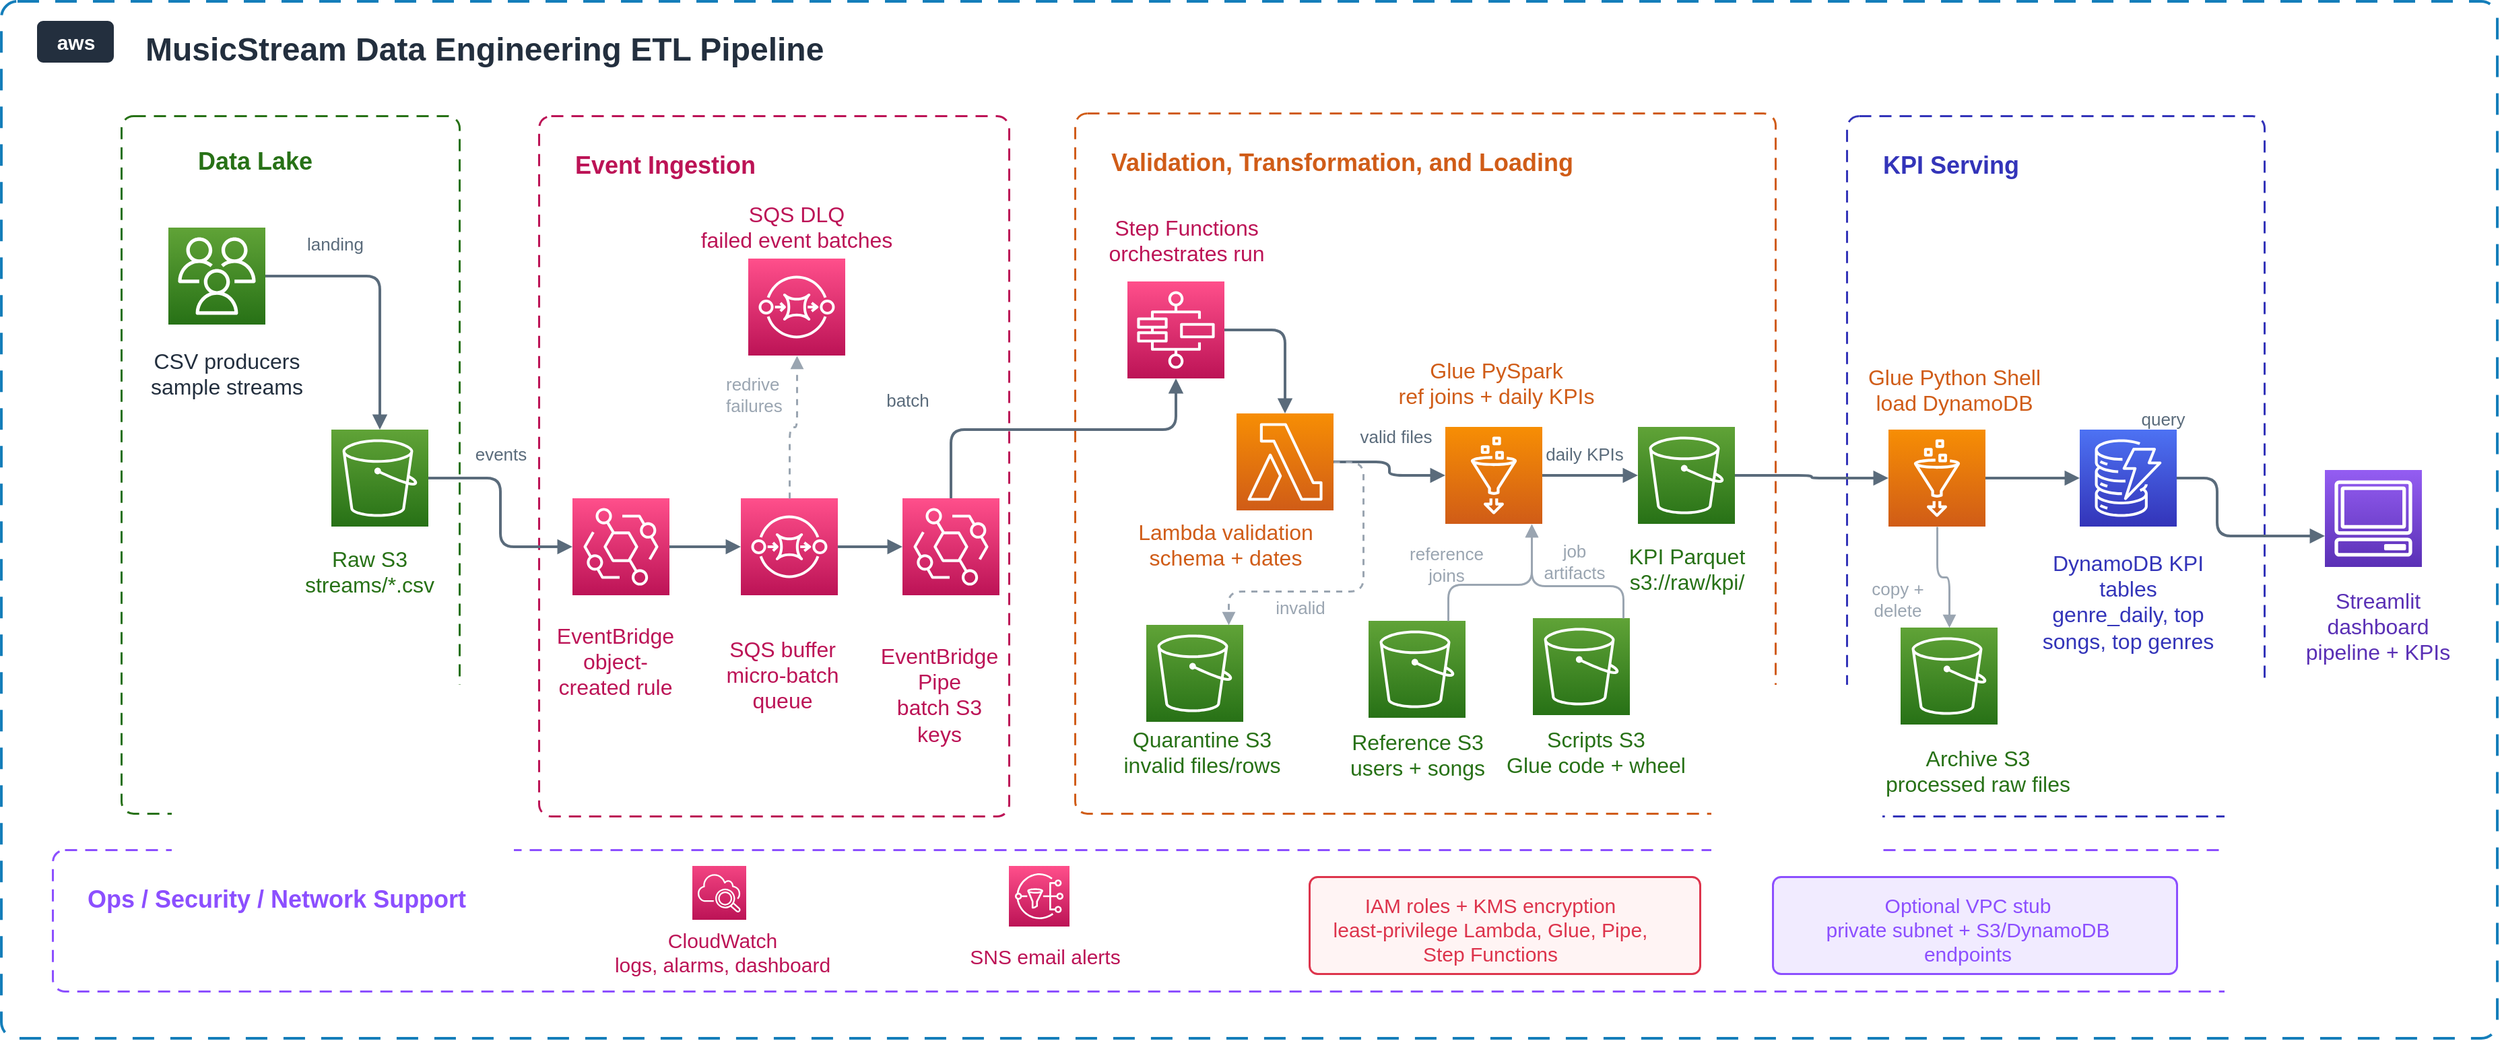
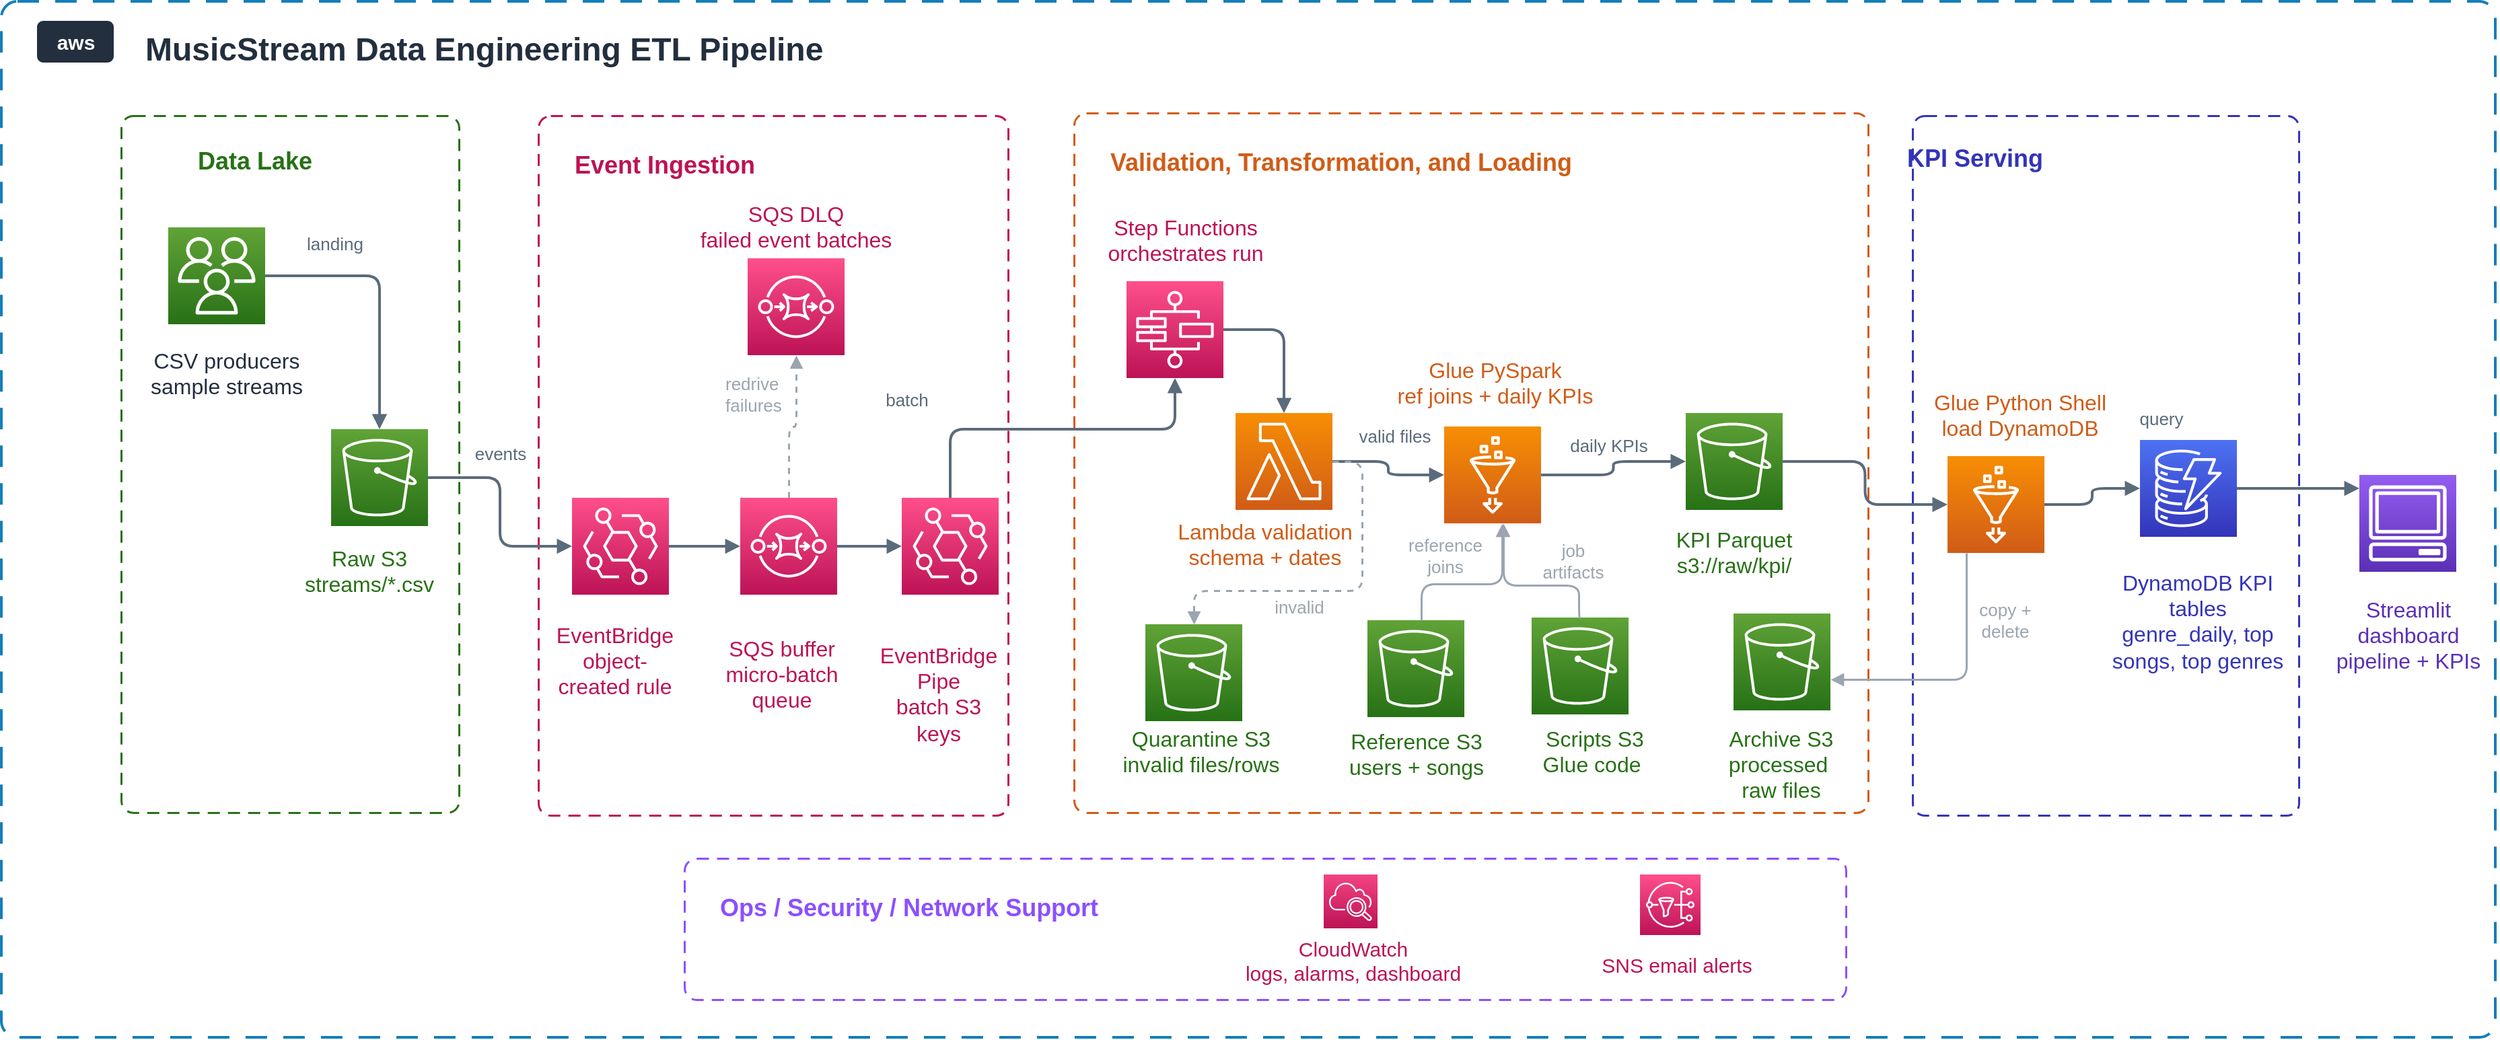
<mxfile host="65bd71144e">
    <diagram id="musicstream-arch" name="MusicStream Architecture">
-         <mxGraphModel dx="1290" dy="1110" grid="0" gridSize="10" guides="1" tooltips="1" connect="1" arrows="1" fold="1" page="1" pageScale="1" pageWidth="1800" pageHeight="860" math="0" shadow="0">
+         <mxGraphModel dx="1711" dy="610" grid="0" gridSize="10" guides="1" tooltips="1" connect="1" arrows="1" fold="1" page="1" pageScale="1" pageWidth="1800" pageHeight="860" math="0" shadow="0">
            <root>
                <mxCell id="0"/>
                <mxCell id="1" parent="0"/>
                <mxCell id="aws-account" value="" style="rounded=1;whiteSpace=wrap;html=1;absoluteArcSize=1;arcSize=24;fillColor=none;strokeColor=#147EBA;strokeWidth=2;dashed=1;dashPattern=8 6;" parent="1" vertex="1">
                    <mxGeometry x="40" y="40" width="1853" height="770" as="geometry"/>
                </mxCell>
                <mxCell id="aws-badge" value="" style="rounded=1;whiteSpace=wrap;html=1;absoluteArcSize=1;arcSize=8;fillColor=#232F3E;strokeColor=#232F3E;" parent="1" vertex="1">
                    <mxGeometry x="67" y="55" width="56" height="30" as="geometry"/>
                </mxCell>
                <mxCell id="zone-lake" value="" style="rounded=1;whiteSpace=wrap;html=1;absoluteArcSize=1;arcSize=18;fillColor=none;strokeColor=#277116;strokeWidth=1.5;dashed=1;dashPattern=6 4;" parent="1" vertex="1">
                    <mxGeometry x="129" y="125" width="251" height="518" as="geometry"/>
                </mxCell>
                <mxCell id="zone-events" value="" style="rounded=1;whiteSpace=wrap;html=1;absoluteArcSize=1;arcSize=18;fillColor=none;strokeColor=#BC1356;strokeWidth=1.5;dashed=1;dashPattern=6 4;" parent="1" vertex="1">
                    <mxGeometry x="439" y="125" width="349" height="520" as="geometry"/>
                </mxCell>
                <mxCell id="zone-etl" value="" style="rounded=1;whiteSpace=wrap;html=1;absoluteArcSize=1;arcSize=18;fillColor=none;strokeColor=#D05C17;strokeWidth=1.5;dashed=1;dashPattern=6 4;" parent="1" vertex="1">
-                     <mxGeometry x="837" y="123" width="520" height="520" as="geometry"/>
+                     <mxGeometry x="837" y="123" width="590" height="520" as="geometry"/>
                </mxCell>
                <mxCell id="zone-serving" value="" style="rounded=1;whiteSpace=wrap;html=1;absoluteArcSize=1;arcSize=18;fillColor=none;strokeColor=#3334B9;strokeWidth=1.5;dashed=1;dashPattern=6 4;" parent="1" vertex="1">
-                     <mxGeometry x="1410" y="125" width="310" height="520" as="geometry"/>
+                     <mxGeometry x="1460" y="125" width="287" height="520" as="geometry"/>
                </mxCell>
                <mxCell id="zone-ops" value="" style="rounded=1;whiteSpace=wrap;html=1;absoluteArcSize=1;arcSize=18;fillColor=none;strokeColor=#8C4FFF;strokeWidth=1.5;dashed=1;dashPattern=6 4;" parent="1" vertex="1">
-                     <mxGeometry x="78" y="670" width="1642" height="105" as="geometry"/>
+                     <mxGeometry x="547.5" y="677" width="863" height="105" as="geometry"/>
                </mxCell>
                <mxCell id="producer" value="" style="sketch=0;points=[[0,0,0],[0.25,0,0],[0.5,0,0],[0.75,0,0],[1,0,0],[0,1,0],[0.25,1,0],[0.5,1,0],[0.75,1,0],[1,1,0],[0,0.25,0],[0,0.5,0],[0,0.75,0],[1,0.25,0],[1,0.5,0],[1,0.75,0]];outlineConnect=0;fontColor=#232F3E;gradientColor=#60A337;gradientDirection=north;fillColor=#277116;strokeColor=#ffffff;dashed=0;verticalLabelPosition=bottom;verticalAlign=top;align=center;html=1;fontSize=16;aspect=fixed;shape=mxgraph.aws4.resourceIcon;resIcon=mxgraph.aws4.users;" parent="1" vertex="1">
                    <mxGeometry x="164" y="208" width="72" height="72" as="geometry"/>
                </mxCell>
                <mxCell id="s3-raw" value="" style="sketch=0;points=[[0,0,0],[0.25,0,0],[0.5,0,0],[0.75,0,0],[1,0,0],[0,1,0],[0.25,1,0],[0.5,1,0],[0.75,1,0],[1,1,0],[0,0.25,0],[0,0.5,0],[0,0.75,0],[1,0.25,0],[1,0.5,0],[1,0.75,0]];outlineConnect=0;fontColor=#232F3E;gradientColor=#60A337;gradientDirection=north;fillColor=#277116;strokeColor=#ffffff;dashed=0;verticalLabelPosition=bottom;verticalAlign=top;align=center;html=1;fontSize=16;aspect=fixed;shape=mxgraph.aws4.resourceIcon;resIcon=mxgraph.aws4.s3;" parent="1" vertex="1">
                    <mxGeometry x="285" y="358" width="72" height="72" as="geometry"/>
                </mxCell>
                <mxCell id="eventbridge-rule" value="" style="sketch=0;points=[[0,0,0],[0.25,0,0],[0.5,0,0],[0.75,0,0],[1,0,0],[0,1,0],[0.25,1,0],[0.5,1,0],[0.75,1,0],[1,1,0],[0,0.25,0],[0,0.5,0],[0,0.75,0],[1,0.25,0],[1,0.5,0],[1,0.75,0]];outlineConnect=0;fontColor=#232F3E;gradientColor=#FF4F8B;gradientDirection=north;fillColor=#BC1356;strokeColor=#ffffff;dashed=0;verticalLabelPosition=bottom;verticalAlign=top;align=center;html=1;fontSize=16;aspect=fixed;shape=mxgraph.aws4.resourceIcon;resIcon=mxgraph.aws4.eventbridge;" parent="1" vertex="1">
                    <mxGeometry x="464" y="409" width="72" height="72" as="geometry"/>
                </mxCell>
                <mxCell id="sqs-buffer" value="" style="sketch=0;points=[[0,0,0],[0.25,0,0],[0.5,0,0],[0.75,0,0],[1,0,0],[0,1,0],[0.25,1,0],[0.5,1,0],[0.75,1,0],[1,1,0],[0,0.25,0],[0,0.5,0],[0,0.75,0],[1,0.25,0],[1,0.5,0],[1,0.75,0]];outlineConnect=0;fontColor=#232F3E;gradientColor=#FF4F8B;gradientDirection=north;fillColor=#BC1356;strokeColor=#ffffff;dashed=0;verticalLabelPosition=bottom;verticalAlign=top;align=center;html=1;fontSize=16;aspect=fixed;shape=mxgraph.aws4.resourceIcon;resIcon=mxgraph.aws4.sqs;" parent="1" vertex="1">
                    <mxGeometry x="589" y="409" width="72" height="72" as="geometry"/>
                </mxCell>
                <mxCell id="eventbridge-pipe" value="" style="sketch=0;points=[[0,0,0],[0.25,0,0],[0.5,0,0],[0.75,0,0],[1,0,0],[0,1,0],[0.25,1,0],[0.5,1,0],[0.75,1,0],[1,1,0],[0,0.25,0],[0,0.5,0],[0,0.75,0],[1,0.25,0],[1,0.5,0],[1,0.75,0]];outlineConnect=0;fontColor=#232F3E;gradientColor=#FF4F8B;gradientDirection=north;fillColor=#BC1356;strokeColor=#ffffff;dashed=0;verticalLabelPosition=bottom;verticalAlign=top;align=center;html=1;fontSize=16;aspect=fixed;shape=mxgraph.aws4.resourceIcon;resIcon=mxgraph.aws4.eventbridge;" parent="1" vertex="1">
                    <mxGeometry x="709" y="409" width="72" height="72" as="geometry"/>
                </mxCell>
                <mxCell id="stepfunctions" value="" style="sketch=0;points=[[0,0,0],[0.25,0,0],[0.5,0,0],[0.75,0,0],[1,0,0],[0,1,0],[0.25,1,0],[0.5,1,0],[0.75,1,0],[1,1,0],[0,0.25,0],[0,0.5,0],[0,0.75,0],[1,0.25,0],[1,0.5,0],[1,0.75,0]];outlineConnect=0;fontColor=#232F3E;gradientColor=#FF4F8B;gradientDirection=north;fillColor=#BC1356;strokeColor=#ffffff;dashed=0;verticalLabelPosition=bottom;verticalAlign=top;align=center;html=1;fontSize=16;aspect=fixed;shape=mxgraph.aws4.resourceIcon;resIcon=mxgraph.aws4.step_functions;" parent="1" vertex="1">
                    <mxGeometry x="876" y="248" width="72" height="72" as="geometry"/>
                </mxCell>
                <mxCell id="lambda-validator" value="" style="sketch=0;points=[[0,0,0],[0.25,0,0],[0.5,0,0],[0.75,0,0],[1,0,0],[0,1,0],[0.25,1,0],[0.5,1,0],[0.75,1,0],[1,1,0],[0,0.25,0],[0,0.5,0],[0,0.75,0],[1,0.25,0],[1,0.5,0],[1,0.75,0]];outlineConnect=0;fontColor=#232F3E;gradientColor=#F78E04;gradientDirection=north;fillColor=#D05C17;strokeColor=#ffffff;dashed=0;verticalLabelPosition=bottom;verticalAlign=top;align=center;html=1;fontSize=16;aspect=fixed;shape=mxgraph.aws4.resourceIcon;resIcon=mxgraph.aws4.lambda;" parent="1" vertex="1">
                    <mxGeometry x="957" y="346" width="72" height="72" as="geometry"/>
                </mxCell>
                <mxCell id="glue-transform" value="" style="sketch=0;points=[[0,0,0],[0.25,0,0],[0.5,0,0],[0.75,0,0],[1,0,0],[0,1,0],[0.25,1,0],[0.5,1,0],[0.75,1,0],[1,1,0],[0,1,0],[0,0.25,0],[0,0.5,0],[0,0.75,0],[1,0.25,0],[1,0.5,0],[1,0.75,0]];outlineConnect=0;fontColor=#232F3E;gradientColor=#F78E04;gradientDirection=north;fillColor=#D05C17;strokeColor=#ffffff;dashed=0;verticalLabelPosition=bottom;verticalAlign=top;align=center;html=1;fontSize=16;aspect=fixed;shape=mxgraph.aws4.resourceIcon;resIcon=mxgraph.aws4.glue;" parent="1" vertex="1">
                    <mxGeometry x="1112" y="356" width="72" height="72" as="geometry"/>
                </mxCell>
                <mxCell id="s3-kpi" value="" style="sketch=0;points=[[0,0,0],[0.25,0,0],[0.5,0,0],[0.75,0,0],[1,0,0],[0,1,0],[0.25,1,0],[0.5,1,0],[0.75,1,0],[1,1,0],[0,0.25,0],[0,0.5,0],[0,0.75,0],[1,0.25,0],[1,0.5,0],[1,0.75,0]];outlineConnect=0;fontColor=#232F3E;gradientColor=#60A337;gradientDirection=north;fillColor=#277116;strokeColor=#ffffff;dashed=0;verticalLabelPosition=bottom;verticalAlign=top;align=center;html=1;fontSize=16;aspect=fixed;shape=mxgraph.aws4.resourceIcon;resIcon=mxgraph.aws4.s3;" parent="1" vertex="1">
-                     <mxGeometry x="1255" y="356" width="72" height="72" as="geometry"/>
+                     <mxGeometry x="1291.5" y="346" width="72" height="72" as="geometry"/>
                </mxCell>
                <mxCell id="glue-load" value="" style="sketch=0;points=[[0,0,0],[0.25,0,0],[0.5,0,0],[0.75,0,0],[1,0,0],[0,1,0],[0.25,1,0],[0.5,1,0],[0.75,1,0],[1,1,0],[0,1,0],[0,0.25,0],[0,0.5,0],[0,0.75,0],[1,0.25,0],[1,0.5,0],[1,0.75,0]];outlineConnect=0;fontColor=#232F3E;gradientColor=#F78E04;gradientDirection=north;fillColor=#D05C17;strokeColor=#ffffff;dashed=0;verticalLabelPosition=bottom;verticalAlign=top;align=center;html=1;fontSize=16;aspect=fixed;shape=mxgraph.aws4.resourceIcon;resIcon=mxgraph.aws4.glue;" parent="1" vertex="1">
-                     <mxGeometry x="1441" y="358" width="72" height="72" as="geometry"/>
+                     <mxGeometry x="1486" y="378" width="72" height="72" as="geometry"/>
                </mxCell>
                <mxCell id="dynamodb" value="" style="sketch=0;points=[[0,0,0],[0.25,0,0],[0.5,0,0],[0.75,0,0],[1,0,0],[0,1,0],[0.25,1,0],[0.5,1,0],[0.75,1,0],[1,1,0],[0,0.25,0],[0,0.5,0],[0,0.75,0],[1,0.25,0],[1,0.5,0],[1,0.75,0]];outlineConnect=0;fontColor=#232F3E;gradientColor=#4D72F3;gradientDirection=north;fillColor=#3334B9;strokeColor=#ffffff;dashed=0;verticalLabelPosition=bottom;verticalAlign=top;align=center;html=1;fontSize=16;aspect=fixed;shape=mxgraph.aws4.resourceIcon;resIcon=mxgraph.aws4.dynamodb;" parent="1" vertex="1">
-                     <mxGeometry x="1583" y="358" width="72" height="72" as="geometry"/>
+                     <mxGeometry x="1629" y="366" width="72" height="72" as="geometry"/>
                </mxCell>
                <mxCell id="dashboard" value="" style="sketch=0;points=[[0,0,0],[0.25,0,0],[0.5,0,0],[0.75,0,0],[1,0,0],[0,1,0],[0.25,1,0],[0.5,1,0],[0.75,1,0],[1,1,0],[0,0.25,0],[0,0.5,0],[0,0.75,0],[1,0.25,0],[1,0.5,0],[1,0.75,0]];outlineConnect=0;fontColor=#232F3E;gradientColor=#945DF2;gradientDirection=north;fillColor=#5A30B5;strokeColor=#ffffff;dashed=0;verticalLabelPosition=bottom;verticalAlign=top;align=center;html=1;fontSize=16;aspect=fixed;shape=mxgraph.aws4.resourceIcon;resIcon=mxgraph.aws4.client;" parent="1" vertex="1">
-                     <mxGeometry x="1765" y="388" width="72" height="72" as="geometry"/>
+                     <mxGeometry x="1792" y="392" width="72" height="72" as="geometry"/>
                </mxCell>
                <mxCell id="s3-reference" value="" style="sketch=0;points=[[0,0,0],[0.25,0,0],[0.5,0,0],[0.75,0,0],[1,0,0],[0,1,0],[0.25,1,0],[0.5,1,0],[0.75,1,0],[1,1,0],[0,0.25,0],[0,0.5,0],[0,0.75,0],[1,0.25,0],[1,0.5,0],[1,0.75,0]];outlineConnect=0;fontColor=#232F3E;gradientColor=#60A337;gradientDirection=north;fillColor=#277116;strokeColor=#ffffff;dashed=0;verticalLabelPosition=bottom;verticalAlign=top;align=center;html=1;fontSize=16;aspect=fixed;shape=mxgraph.aws4.resourceIcon;resIcon=mxgraph.aws4.s3;" parent="1" vertex="1">
                    <mxGeometry x="1055" y="500" width="72" height="72" as="geometry"/>
                </mxCell>
                <mxCell id="s3-scripts" value="" style="sketch=0;points=[[0,0,0],[0.25,0,0],[0.5,0,0],[0.75,0,0],[1,0,0],[0,1,0],[0.25,1,0],[0.5,1,0],[0.75,1,0],[1,1,0],[0,0.25,0],[0,0.5,0],[0,0.75,0],[1,0.25,0],[1,0.5,0],[1,0.75,0]];outlineConnect=0;fontColor=#232F3E;gradientColor=#60A337;gradientDirection=north;fillColor=#277116;strokeColor=#ffffff;dashed=0;verticalLabelPosition=bottom;verticalAlign=top;align=center;html=1;fontSize=16;aspect=fixed;shape=mxgraph.aws4.resourceIcon;resIcon=mxgraph.aws4.s3;" parent="1" vertex="1">
                    <mxGeometry x="1177" y="498" width="72" height="72" as="geometry"/>
                </mxCell>
                <mxCell id="s3-quarantine" value="" style="sketch=0;points=[[0,0,0],[0.25,0,0],[0.5,0,0],[0.75,0,0],[1,0,0],[0,1,0],[0.25,1,0],[0.5,1,0],[0.75,1,0],[1,1,0],[0,0.25,0],[0,0.5,0],[0,0.75,0],[1,0.25,0],[1,0.5,0],[1,0.75,0]];outlineConnect=0;fontColor=#232F3E;gradientColor=#60A337;gradientDirection=north;fillColor=#277116;strokeColor=#ffffff;dashed=0;verticalLabelPosition=bottom;verticalAlign=top;align=center;html=1;fontSize=16;aspect=fixed;shape=mxgraph.aws4.resourceIcon;resIcon=mxgraph.aws4.s3;" parent="1" vertex="1">
                    <mxGeometry x="890" y="503" width="72" height="72" as="geometry"/>
                </mxCell>
                <mxCell id="s3-archive" value="" style="sketch=0;points=[[0,0,0],[0.25,0,0],[0.5,0,0],[0.75,0,0],[1,0,0],[0,1,0],[0.25,1,0],[0.5,1,0],[0.75,1,0],[1,1,0],[0,0.25,0],[0,0.5,0],[0,0.75,0],[1,0.25,0],[1,0.5,0],[1,0.75,0]];outlineConnect=0;fontColor=#232F3E;gradientColor=#60A337;gradientDirection=north;fillColor=#277116;strokeColor=#ffffff;dashed=0;verticalLabelPosition=bottom;verticalAlign=top;align=center;html=1;fontSize=16;aspect=fixed;shape=mxgraph.aws4.resourceIcon;resIcon=mxgraph.aws4.s3;" parent="1" vertex="1">
-                     <mxGeometry x="1450" y="505" width="72" height="72" as="geometry"/>
+                     <mxGeometry x="1327" y="495" width="72" height="72" as="geometry"/>
                </mxCell>
                <mxCell id="sqs-dlq" value="" style="sketch=0;points=[[0,0,0],[0.25,0,0],[0.5,0,0],[0.75,0,0],[1,0,0],[0,1,0],[0.25,1,0],[0.5,1,0],[0.75,1,0],[1,1,0],[0,0.25,0],[0,0.5,0],[0,0.75,0],[1,0.25,0],[1,0.5,0],[1,0.75,0]];outlineConnect=0;fontColor=#232F3E;gradientColor=#FF4F8B;gradientDirection=north;fillColor=#BC1356;strokeColor=#ffffff;dashed=0;verticalLabelPosition=bottom;verticalAlign=top;align=center;html=1;fontSize=16;aspect=fixed;shape=mxgraph.aws4.resourceIcon;resIcon=mxgraph.aws4.sqs;" parent="1" vertex="1">
                    <mxGeometry x="594.5" y="231" width="72" height="72" as="geometry"/>
                </mxCell>
                <mxCell id="cloudwatch" value="" style="sketch=0;points=[[0,0,0],[0.25,0,0],[0.5,0,0],[0.75,0,0],[1,0,0],[0,1,0],[0.25,1,0],[0.5,1,0],[0.75,1,0],[1,1,0],[0,0.25,0],[0,0.5,0],[0,0.75,0],[1,0.25,0],[1,0.5,0],[1,0.75,0]];outlineConnect=0;fontColor=#232F3E;gradientColor=#F34482;gradientDirection=north;fillColor=#BC1356;strokeColor=#ffffff;dashed=0;verticalLabelPosition=bottom;verticalAlign=top;align=center;html=1;fontSize=16;aspect=fixed;shape=mxgraph.aws4.resourceIcon;resIcon=mxgraph.aws4.cloudwatch_2;" parent="1" vertex="1">
-                     <mxGeometry x="553" y="682" width="40" height="40" as="geometry"/>
+                     <mxGeometry x="1022.5" y="689" width="40" height="40" as="geometry"/>
                </mxCell>
                <mxCell id="sns" value="" style="sketch=0;points=[[0,0,0],[0.25,0,0],[0.5,0,0],[0.75,0,0],[1,0,0],[0,1,0],[0.25,1,0],[0.5,1,0],[0.75,1,0],[1,1,0],[0,0.25,0],[0,0.5,0],[0,0.75,0],[1,0.25,0],[1,0.5,0],[1,0.75,0]];outlineConnect=0;fontColor=#232F3E;gradientColor=#FF4F8B;gradientDirection=north;fillColor=#BC1356;strokeColor=#ffffff;dashed=0;verticalLabelPosition=bottom;verticalAlign=top;align=center;html=1;fontSize=16;aspect=fixed;shape=mxgraph.aws4.resourceIcon;resIcon=mxgraph.aws4.sns;" parent="1" vertex="1">
-                     <mxGeometry x="788" y="682" width="45" height="45" as="geometry"/>
-                 </mxCell>
-                 <mxCell id="iam-kms" value="" style="rounded=1;whiteSpace=wrap;html=1;absoluteArcSize=1;arcSize=12;fillColor=#FFF4F4;strokeColor=#DD344C;strokeWidth=1.5;" parent="1" vertex="1">
-                     <mxGeometry x="1011" y="690" width="290" height="72" as="geometry"/>
-                 </mxCell>
-                 <mxCell id="vpc-endpoints" value="" style="rounded=1;whiteSpace=wrap;html=1;absoluteArcSize=1;arcSize=12;fillColor=#F1EBFF;strokeColor=#8C4FFF;strokeWidth=1.5;" parent="1" vertex="1">
-                     <mxGeometry x="1355" y="690" width="300" height="72" as="geometry"/>
+                     <mxGeometry x="1257.5" y="689" width="45" height="45" as="geometry"/>
                </mxCell>
                <mxCell id="e-upload" value="" style="edgeStyle=orthogonalEdgeStyle;rounded=1;endArrow=block;endFill=1;html=1;strokeColor=#5A6B7B;strokeWidth=2;" parent="1" source="producer" target="s3-raw" edge="1">
                    <mxGeometry relative="1" as="geometry"/>
                </mxCell>
                <mxCell id="e-raw-event" value="" style="edgeStyle=orthogonalEdgeStyle;rounded=1;endArrow=block;endFill=1;html=1;strokeColor=#5A6B7B;strokeWidth=2;" parent="1" source="s3-raw" target="eventbridge-rule" edge="1">
                    <mxGeometry relative="1" as="geometry"/>
                </mxCell>
                <mxCell id="e-rule-sqs" value="" style="edgeStyle=orthogonalEdgeStyle;rounded=1;endArrow=block;endFill=1;html=1;strokeColor=#5A6B7B;strokeWidth=2;" parent="1" source="eventbridge-rule" target="sqs-buffer" edge="1">
                    <mxGeometry relative="1" as="geometry"/>
                </mxCell>
                <mxCell id="e-sqs-pipe" value="" style="edgeStyle=orthogonalEdgeStyle;rounded=1;endArrow=block;endFill=1;html=1;strokeColor=#5A6B7B;strokeWidth=2;" parent="1" source="sqs-buffer" target="eventbridge-pipe" edge="1">
                    <mxGeometry relative="1" as="geometry"/>
                </mxCell>
                <mxCell id="e-pipe-sfn" value="" style="edgeStyle=orthogonalEdgeStyle;rounded=1;endArrow=block;endFill=1;html=1;strokeColor=#5A6B7B;strokeWidth=2;" parent="1" source="eventbridge-pipe" target="stepfunctions" edge="1">
                    <mxGeometry relative="1" as="geometry">
                        <Array as="points">
                            <mxPoint x="745" y="358"/>
                            <mxPoint x="912" y="358"/>
                        </Array>
                    </mxGeometry>
                </mxCell>
                <mxCell id="e-sfn-lambda" value="" style="edgeStyle=orthogonalEdgeStyle;rounded=1;endArrow=block;endFill=1;html=1;strokeColor=#5A6B7B;strokeWidth=2;" parent="1" source="stepfunctions" target="lambda-validator" edge="1">
                    <mxGeometry relative="1" as="geometry"/>
                </mxCell>
                <mxCell id="e-lambda-transform" value="" style="edgeStyle=orthogonalEdgeStyle;rounded=1;endArrow=block;endFill=1;html=1;strokeColor=#5A6B7B;strokeWidth=2;" parent="1" source="lambda-validator" target="glue-transform" edge="1">
                    <mxGeometry relative="1" as="geometry"/>
                </mxCell>
                <mxCell id="e-transform-kpi" value="" style="edgeStyle=orthogonalEdgeStyle;rounded=1;endArrow=block;endFill=1;html=1;strokeColor=#5A6B7B;strokeWidth=2;" parent="1" source="glue-transform" target="s3-kpi" edge="1">
                    <mxGeometry relative="1" as="geometry"/>
                </mxCell>
                <mxCell id="e-kpi-load" value="" style="edgeStyle=orthogonalEdgeStyle;rounded=1;endArrow=block;endFill=1;html=1;strokeColor=#5A6B7B;strokeWidth=2;" parent="1" source="s3-kpi" target="glue-load" edge="1">
                    <mxGeometry relative="1" as="geometry"/>
                </mxCell>
                <mxCell id="e-load-ddb" value="" style="edgeStyle=orthogonalEdgeStyle;rounded=1;endArrow=block;endFill=1;html=1;strokeColor=#5A6B7B;strokeWidth=2;" parent="1" source="glue-load" target="dynamodb" edge="1">
                    <mxGeometry relative="1" as="geometry"/>
                </mxCell>
                <mxCell id="e-ddb-dashboard" value="" style="edgeStyle=orthogonalEdgeStyle;rounded=1;endArrow=block;endFill=1;html=1;strokeColor=#5A6B7B;strokeWidth=2;" parent="1" source="dynamodb" target="dashboard" edge="1">
                    <mxGeometry relative="1" as="geometry">
                        <Array as="points">
                            <mxPoint x="1685" y="394"/>
                            <mxPoint x="1685" y="437"/>
                        </Array>
                    </mxGeometry>
                </mxCell>
                <mxCell id="e-sqs-dlq" value="" style="edgeStyle=orthogonalEdgeStyle;rounded=1;endArrow=block;endFill=1;html=1;strokeColor=#9AA5B1;strokeWidth=1.5;dashed=1;" parent="1" source="sqs-buffer" target="sqs-dlq" edge="1">
                    <mxGeometry relative="1" as="geometry"/>
                </mxCell>
                <mxCell id="e-invalid-quarantine" value="" style="edgeStyle=orthogonalEdgeStyle;rounded=1;endArrow=block;endFill=1;html=1;strokeColor=#9AA5B1;strokeWidth=1.5;dashed=1;" parent="1" source="lambda-validator" target="s3-quarantine" edge="1">
                    <mxGeometry relative="1" as="geometry">
                        <Array as="points">
+                             <mxPoint x="1051" y="382"/>
                            <mxPoint x="1051" y="478"/>
-                             <mxPoint x="951" y="478"/>
+                             <mxPoint x="926" y="478"/>
                        </Array>
                    </mxGeometry>
                </mxCell>
                <mxCell id="e-reference-transform" value="" style="edgeStyle=orthogonalEdgeStyle;rounded=1;endArrow=block;endFill=1;html=1;strokeColor=#9AA5B1;strokeWidth=1.5;" parent="1" source="s3-reference" target="glue-transform" edge="1">
                    <mxGeometry relative="1" as="geometry">
                        <Array as="points">
-                             <mxPoint x="1114" y="473"/>
-                             <mxPoint x="1176" y="473"/>
-                         </Array>
-                     </mxGeometry>
-                 </mxCell>
-                 <mxCell id="e-scripts-transform" value="" style="edgeStyle=orthogonalEdgeStyle;rounded=1;endArrow=block;endFill=1;html=1;strokeColor=#9AA5B1;strokeWidth=1.5;" parent="1" target="glue-transform" edge="1">
-                     <mxGeometry relative="1" as="geometry">
-                         <Array as="points">
-                             <mxPoint x="1244" y="474"/>
-                             <mxPoint x="1176" y="474"/>
+                             <mxPoint x="1095" y="473"/>
+                             <mxPoint x="1155" y="473"/>
+                         </Array>
+                     </mxGeometry>
+                 </mxCell>
+                 <mxCell id="e-scripts-transform" value="" style="edgeStyle=orthogonalEdgeStyle;rounded=1;endArrow=block;endFill=1;html=1;strokeColor=#9AA5B1;strokeWidth=1.5;exitX=0.5;exitY=0;exitDx=0;exitDy=0;exitPerimeter=0;" parent="1" target="glue-transform" edge="1" source="s3-scripts">
+                     <mxGeometry relative="1" as="geometry">
+                         <Array as="points">
+                             <mxPoint x="1212" y="498"/>
+                             <mxPoint x="1212" y="474"/>
+                             <mxPoint x="1156" y="474"/>
                        </Array>
                        <mxPoint x="1244" y="498" as="sourcePoint"/>
                    </mxGeometry>
                </mxCell>
                <mxCell id="e-load-archive" value="" style="edgeStyle=orthogonalEdgeStyle;rounded=1;endArrow=block;endFill=1;html=1;strokeColor=#9AA5B1;strokeWidth=1.5;" parent="1" source="glue-load" target="s3-archive" edge="1">
-                     <mxGeometry relative="1" as="geometry"/>
+                     <mxGeometry relative="1" as="geometry">
+                         <Array as="points">
+                             <mxPoint x="1500" y="544"/>
+                         </Array>
+                     </mxGeometry>
                </mxCell>
                <mxCell id="t-aws" value="aws" style="text;html=1;strokeColor=none;fillColor=none;align=center;whiteSpace=wrap;fontSize=15;fontStyle=1;fontColor=#FFFFFF;" parent="1" vertex="1">
                    <mxGeometry x="68" y="55" width="55" height="27" as="geometry"/>
                </mxCell>
                <mxCell id="t-title" value="MusicStream Data Engineering ETL Pipeline" style="text;html=1;strokeColor=none;fillColor=none;align=left;whiteSpace=wrap;fontSize=24;fontStyle=1;fontColor=#232F3E;" parent="1" vertex="1">
                    <mxGeometry x="145" y="55" width="610" height="34" as="geometry"/>
                </mxCell>
                <mxCell id="t-lake" value="Data Lake" style="text;html=1;strokeColor=none;fillColor=none;align=left;whiteSpace=wrap;fontSize=18;fontStyle=1;fontColor=#277116;" parent="1" vertex="1">
                    <mxGeometry x="184" y="142" width="160" height="28" as="geometry"/>
                </mxCell>
                <mxCell id="t-events" value="Event Ingestion" style="text;html=1;strokeColor=none;fillColor=none;align=left;whiteSpace=wrap;fontSize=18;fontStyle=1;fontColor=#BC1356;" parent="1" vertex="1">
                    <mxGeometry x="464" y="145" width="180" height="28" as="geometry"/>
                </mxCell>
                <mxCell id="t-etl" value="Validation, Transformation, and Loading" style="text;html=1;strokeColor=none;fillColor=none;align=left;whiteSpace=wrap;fontSize=18;fontStyle=1;fontColor=#D05C17;" parent="1" vertex="1">
                    <mxGeometry x="862" y="143" width="360" height="28" as="geometry"/>
                </mxCell>
                <mxCell id="t-serving" value="KPI Serving" style="text;html=1;strokeColor=none;fillColor=none;align=left;whiteSpace=wrap;fontSize=18;fontStyle=1;fontColor=#3334B9;" parent="1" vertex="1">
-                     <mxGeometry x="1435" y="145" width="170" height="28" as="geometry"/>
+                     <mxGeometry x="1454" y="140" width="170" height="28" as="geometry"/>
                </mxCell>
                <mxCell id="t-ops" value="Ops / Security / Network Support" style="text;html=1;strokeColor=none;fillColor=none;align=left;whiteSpace=wrap;fontSize=18;fontStyle=1;fontColor=#8C4FFF;" parent="1" vertex="1">
-                     <mxGeometry x="102" y="690" width="330" height="28" as="geometry"/>
+                     <mxGeometry x="571.5" y="697" width="330" height="28" as="geometry"/>
                </mxCell>
                <mxCell id="t-producer" value="CSV producers&lt;br&gt;sample streams" style="text;html=1;strokeColor=none;fillColor=none;align=center;whiteSpace=wrap;fontSize=16;fontColor=#232F3E;" parent="1" vertex="1">
                    <mxGeometry x="140" y="290.5" width="135" height="46" as="geometry"/>
                </mxCell>
                <mxCell id="t-raw" value="Raw S3&#xa;streams/*.csv" style="text;html=1;strokeColor=none;fillColor=none;align=center;whiteSpace=wrap;fontSize=16;fontColor=#277116;" parent="1" vertex="1">
                    <mxGeometry x="241" y="438" width="145" height="46" as="geometry"/>
                </mxCell>
                <mxCell id="t-eventbridge" value="EventBridge&#xa;object-created rule" style="text;html=1;strokeColor=none;fillColor=none;align=center;whiteSpace=wrap;fontSize=16;fontColor=#BC1356;" parent="1" vertex="1">
                    <mxGeometry x="446" y="495" width="100" height="46" as="geometry"/>
                </mxCell>
                <mxCell id="t-sqs" value="SQS buffer&#xa;micro-batch queue" style="text;html=1;strokeColor=none;fillColor=none;align=center;whiteSpace=wrap;fontSize=16;fontColor=#BC1356;" parent="1" vertex="1">
                    <mxGeometry x="564" y="505" width="112" height="46" as="geometry"/>
                </mxCell>
                <mxCell id="t-pipe" value="EventBridge Pipe&#xa;batch S3 keys" style="text;html=1;strokeColor=none;fillColor=none;align=center;whiteSpace=wrap;fontSize=16;fontColor=#BC1356;" parent="1" vertex="1">
                    <mxGeometry x="694" y="510" width="85" height="46" as="geometry"/>
                </mxCell>
                <mxCell id="t-sfn" value="Step Functions&#xa;orchestrates run" style="text;html=1;strokeColor=none;fillColor=none;align=center;whiteSpace=wrap;fontSize=16;fontColor=#BC1356;" parent="1" vertex="1">
                    <mxGeometry x="850" y="192" width="140" height="46" as="geometry"/>
                </mxCell>
                <mxCell id="t-lambda" value="Lambda validation&#xa;schema + dates" style="text;html=1;strokeColor=none;fillColor=none;align=center;whiteSpace=wrap;fontSize=16;fontColor=#D05C17;" parent="1" vertex="1">
-                     <mxGeometry x="878.5" y="418" width="140" height="46" as="geometry"/>
+                     <mxGeometry x="909" y="418" width="140" height="46" as="geometry"/>
                </mxCell>
                <mxCell id="t-transform" value="Glue PySpark&#xa;ref joins + daily KPIs" style="text;html=1;strokeColor=none;fillColor=none;align=center;whiteSpace=wrap;fontSize=16;fontColor=#D05C17;" parent="1" vertex="1">
                    <mxGeometry x="1075" y="298" width="150" height="52" as="geometry"/>
                </mxCell>
                <mxCell id="t-kpi" value="KPI Parquet&#xa;s3://raw/kpi/" style="text;html=1;strokeColor=none;fillColor=none;align=center;whiteSpace=wrap;fontSize=16;fontColor=#277116;" parent="1" vertex="1">
-                     <mxGeometry x="1218.5" y="436" width="145" height="46" as="geometry"/>
+                     <mxGeometry x="1255" y="424" width="145" height="46" as="geometry"/>
                </mxCell>
                <mxCell id="t-load" value="Glue Python Shell&#xa;load DynamoDB" style="text;html=1;strokeColor=none;fillColor=none;align=center;whiteSpace=wrap;fontSize=16;fontColor=#D05C17;" parent="1" vertex="1">
-                     <mxGeometry x="1415" y="303" width="150" height="46" as="geometry"/>
+                     <mxGeometry x="1465" y="322" width="150" height="46" as="geometry"/>
                </mxCell>
                <mxCell id="t-ddb" value="DynamoDB KPI tables&#xa;genre_daily, top songs, top genres" style="text;html=1;strokeColor=none;fillColor=none;align=center;whiteSpace=wrap;fontSize=16;fontColor=#3334B9;" parent="1" vertex="1">
-                     <mxGeometry x="1544" y="441" width="150" height="62" as="geometry"/>
+                     <mxGeometry x="1597" y="456" width="150" height="62" as="geometry"/>
                </mxCell>
                <mxCell id="t-dashboard" value="Streamlit dashboard&#xa;pipeline + KPIs" style="text;html=1;strokeColor=none;fillColor=none;align=center;whiteSpace=wrap;fontSize=16;fontColor=#5A30B5;" parent="1" vertex="1">
-                     <mxGeometry x="1737" y="469" width="135" height="46" as="geometry"/>
+                     <mxGeometry x="1760.5" y="476" width="135" height="46" as="geometry"/>
                </mxCell>
                <mxCell id="t-reference" value="Reference S3&#xa;users + songs" style="text;html=1;strokeColor=none;fillColor=none;align=center;whiteSpace=wrap;fontSize=16;fontColor=#277116;" parent="1" vertex="1">
                    <mxGeometry x="1018.5" y="574" width="145" height="46" as="geometry"/>
                </mxCell>
-                 <mxCell id="t-scripts" value="Scripts S3&#xa;Glue code + wheel" style="text;html=1;strokeColor=none;fillColor=none;align=center;whiteSpace=wrap;fontSize=16;fontColor=#277116;" parent="1" vertex="1">
+                 <mxCell id="t-scripts" value="Scripts S3&lt;br&gt;Glue code&amp;nbsp;" style="text;html=1;strokeColor=none;fillColor=none;align=center;whiteSpace=wrap;fontSize=16;fontColor=#277116;" parent="1" vertex="1">
                    <mxGeometry x="1149" y="572" width="150" height="46" as="geometry"/>
                </mxCell>
                <mxCell id="t-quarantine" value="Quarantine S3&#xa;invalid files/rows" style="text;html=1;strokeColor=none;fillColor=none;align=center;whiteSpace=wrap;fontSize=16;fontColor=#277116;" parent="1" vertex="1">
                    <mxGeometry x="859" y="572" width="145" height="46" as="geometry"/>
                </mxCell>
-                 <mxCell id="t-archive" value="Archive S3&#xa;processed raw files" style="text;html=1;strokeColor=none;fillColor=none;align=center;whiteSpace=wrap;fontSize=16;fontColor=#277116;" parent="1" vertex="1">
-                     <mxGeometry x="1435" y="586" width="145" height="46" as="geometry"/>
+                 <mxCell id="t-archive" value="Archive S3&lt;br&gt;processed&amp;nbsp;&lt;div&gt;raw files&lt;/div&gt;" style="text;html=1;strokeColor=none;fillColor=none;align=center;whiteSpace=wrap;fontSize=16;fontColor=#277116;" parent="1" vertex="1">
+                     <mxGeometry x="1290" y="572" width="145" height="46" as="geometry"/>
                </mxCell>
                <mxCell id="t-dlq" value="SQS DLQ&#xa;failed event batches" style="text;html=1;strokeColor=none;fillColor=none;align=center;whiteSpace=wrap;fontSize=16;fontColor=#BC1356;" parent="1" vertex="1">
                    <mxGeometry x="558" y="182" width="145" height="46" as="geometry"/>
                </mxCell>
                <mxCell id="t-cloudwatch" value="CloudWatch&#xa;logs, alarms, dashboard" style="text;html=1;strokeColor=none;fillColor=none;align=center;whiteSpace=wrap;fontSize=15;fontColor=#BC1356;" parent="1" vertex="1">
-                     <mxGeometry x="490.5" y="722" width="168.5" height="44" as="geometry"/>
+                     <mxGeometry x="960" y="729" width="168.5" height="44" as="geometry"/>
                </mxCell>
                <mxCell id="t-sns" value="SNS email alerts" style="text;html=1;strokeColor=none;fillColor=none;align=center;whiteSpace=wrap;fontSize=15;fontColor=#BC1356;" parent="1" vertex="1">
-                     <mxGeometry x="750" y="734" width="130" height="28" as="geometry"/>
-                 </mxCell>
-                 <mxCell id="t-iam" value="IAM roles + KMS encryption&#xa;least-privilege Lambda, Glue, Pipe, Step Functions" style="text;html=1;strokeColor=none;fillColor=none;align=center;whiteSpace=wrap;fontSize=15;fontColor=#DD344C;" parent="1" vertex="1">
-                     <mxGeometry x="1018" y="696" width="255" height="46" as="geometry"/>
-                 </mxCell>
-                 <mxCell id="t-vpc" value="Optional VPC stub&#xa;private subnet + S3/DynamoDB endpoints" style="text;html=1;strokeColor=none;fillColor=none;align=center;whiteSpace=wrap;fontSize=15;fontColor=#8C4FFF;" parent="1" vertex="1">
-                     <mxGeometry x="1370" y="696" width="260" height="46" as="geometry"/>
+                     <mxGeometry x="1219.5" y="741" width="130" height="28" as="geometry"/>
                </mxCell>
                <mxCell id="tl-landing" value="landing" style="text;html=1;strokeColor=none;fillColor=none;align=center;whiteSpace=wrap;fontSize=13;fontColor=#5A6B7B;" parent="1" vertex="1">
                    <mxGeometry x="253" y="206" width="70" height="22" as="geometry"/>
                </mxCell>
                <mxCell id="tl-events" value="events" style="text;html=1;strokeColor=none;fillColor=none;align=center;whiteSpace=wrap;fontSize=13;fontColor=#5A6B7B;" parent="1" vertex="1">
                    <mxGeometry x="376" y="362" width="70" height="22" as="geometry"/>
                </mxCell>
                <mxCell id="tl-batch" value="batch" style="text;html=1;strokeColor=none;fillColor=none;align=center;whiteSpace=wrap;fontSize=13;fontColor=#5A6B7B;" parent="1" vertex="1">
                    <mxGeometry x="683" y="322" width="60" height="22" as="geometry"/>
                </mxCell>
                <mxCell id="tl-valid" value="valid files" style="text;html=1;strokeColor=none;fillColor=none;align=center;whiteSpace=wrap;fontSize=13;fontColor=#5A6B7B;" parent="1" vertex="1">
                    <mxGeometry x="1033" y="349" width="85" height="22" as="geometry"/>
                </mxCell>
                <mxCell id="tl-kpis" value="daily KPIs" style="text;html=1;strokeColor=none;fillColor=none;align=center;whiteSpace=wrap;fontSize=13;fontColor=#5A6B7B;" parent="1" vertex="1">
-                     <mxGeometry x="1173" y="362" width="85" height="22" as="geometry"/>
+                     <mxGeometry x="1192" y="356" width="85" height="22" as="geometry"/>
                </mxCell>
                <mxCell id="tl-query" value="query" style="text;html=1;strokeColor=none;fillColor=none;align=center;whiteSpace=wrap;fontSize=13;fontColor=#5A6B7B;" parent="1" vertex="1">
                    <mxGeometry x="1615" y="336" width="60" height="22" as="geometry"/>
                </mxCell>
                <mxCell id="tl-redrive" value="redrive failures" style="text;html=1;strokeColor=none;fillColor=none;align=left;whiteSpace=wrap;fontSize=13;fontColor=#9AA5B1;" parent="1" vertex="1">
                    <mxGeometry x="576" y="310" width="57" height="22" as="geometry"/>
                </mxCell>
                <mxCell id="tl-invalid" value="invalid" style="text;html=1;strokeColor=none;fillColor=none;align=center;whiteSpace=wrap;fontSize=13;fontColor=#9AA5B1;" parent="1" vertex="1">
                    <mxGeometry x="972" y="476" width="65" height="22" as="geometry"/>
                </mxCell>
                <mxCell id="tl-ref" value="reference joins" style="text;html=1;strokeColor=none;fillColor=none;align=center;whiteSpace=wrap;fontSize=13;fontColor=#9AA5B1;" parent="1" vertex="1">
-                     <mxGeometry x="1081" y="436" width="64" height="22" as="geometry"/>
+                     <mxGeometry x="1081" y="430" width="64" height="22" as="geometry"/>
                </mxCell>
                <mxCell id="tl-artifacts" value="job artifacts" style="text;html=1;strokeColor=none;fillColor=none;align=center;whiteSpace=wrap;fontSize=13;fontColor=#9AA5B1;" parent="1" vertex="1">
                    <mxGeometry x="1177" y="434" width="62" height="22" as="geometry"/>
                </mxCell>
                <mxCell id="tl-archive" value="copy + delete" style="text;html=1;strokeColor=none;fillColor=none;align=center;whiteSpace=wrap;fontSize=13;fontColor=#9AA5B1;" parent="1" vertex="1">
-                     <mxGeometry x="1419" y="462" width="58" height="22" as="geometry"/>
+                     <mxGeometry x="1500" y="478" width="58" height="22" as="geometry"/>
                </mxCell>
            </root>
        </mxGraphModel>
    </diagram>
</mxfile>